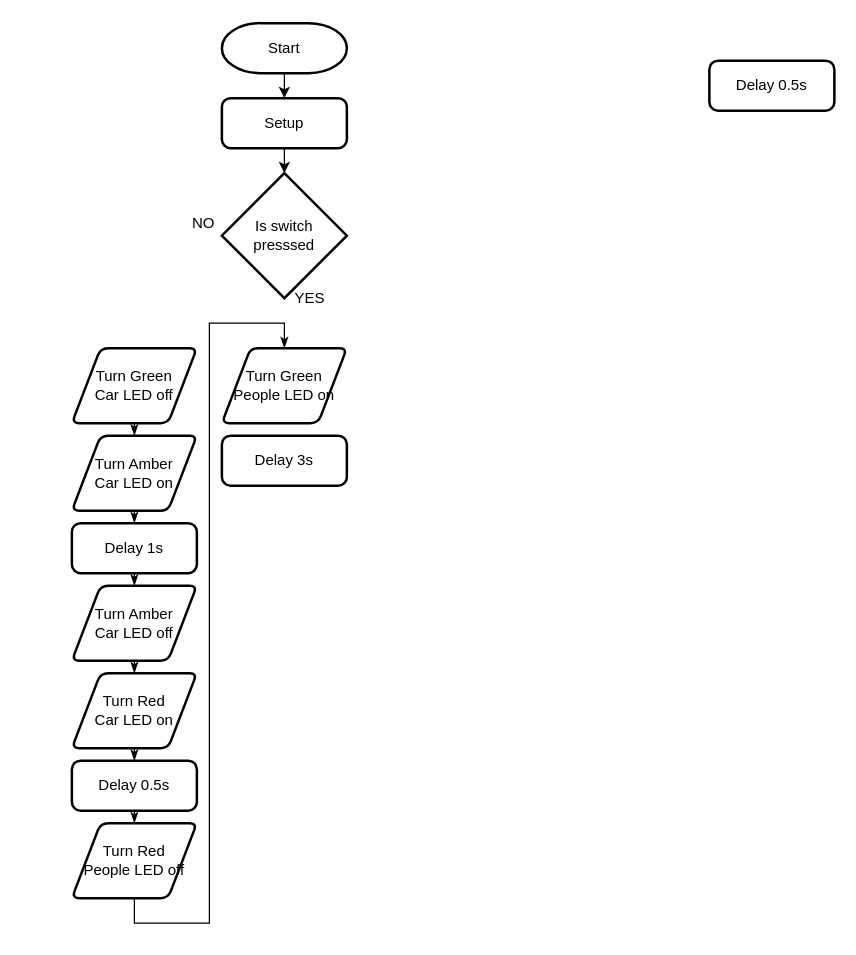
MiloRC0037857/FlowCharts keeps this draw.io diagram as micro.drawio. Above is the earlier version. Source tidied: cells renumbered, new cells numbered last; positions are measured from the earlier drawing's top-left corner, leaving out a move shared by most shapes. Both pictures are drawn from the tidied source at 125%, with x=0, y=0 at pixel (71, 22).
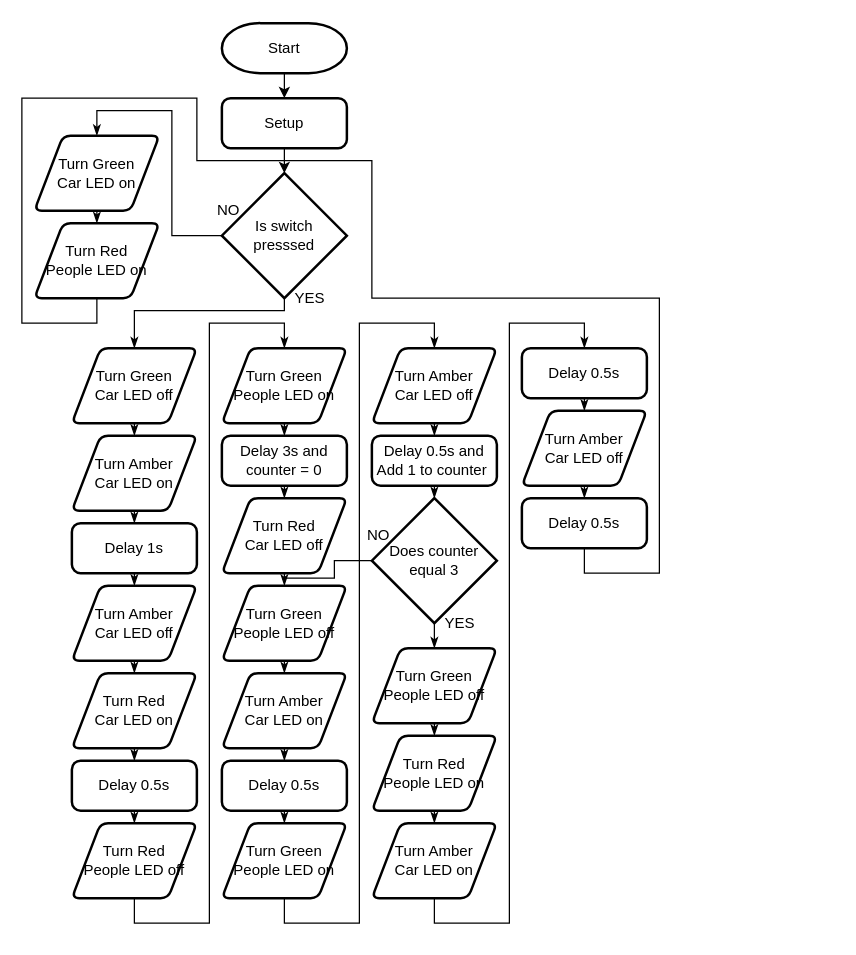
After the change.

Unchanged cells that the change refers to:
```xml
<mxCell id="6" value="Is switch presssed" style="strokeWidth=2;html=1;shape=mxgraph.flowchart.decision;whiteSpace=wrap;" parent="1" vertex="1">
  <mxGeometry x="120" y="120" width="100" height="100" as="geometry" />
</mxCell>
<mxCell id="8" value="Turn Green&lt;br&gt;Car LED off" style="shape=parallelogram;html=1;strokeWidth=2;perimeter=parallelogramPerimeter;whiteSpace=wrap;rounded=1;arcSize=12;size=0.23;" parent="1" vertex="1">
  <mxGeometry y="260" width="100" height="60" as="geometry" />
</mxCell>
<mxCell id="24" value="Turn Green&lt;br&gt;People LED on" style="shape=parallelogram;html=1;strokeWidth=2;perimeter=parallelogramPerimeter;whiteSpace=wrap;rounded=1;arcSize=12;size=0.23;" parent="1" vertex="1">
  <mxGeometry x="120" y="260" width="100" height="60" as="geometry" />
</mxCell>
```

Change to the diagram source:
```diff
@@
+    <mxCell id="26" style="edgeStyle=orthogonalEdgeStyle;rounded=0;jettySize=auto;html=1;exitX=0;exitY=0.5;exitDx=0;exitDy=0;exitPerimeter=0;entryX=0.5;entryY=0;entryDx=0;entryDy=0;startArrow=none;startFill=0;endArrow=classicThin;endFill=1;" parent="1" edge="1" source="6" target="60">
+      <mxGeometry relative="1" as="geometry">
+        <Array as="points">
+          <mxPoint x="80" y="170" />
+          <mxPoint x="80" y="70" />
+          <mxPoint x="20" y="70" />
+        </Array>
+      </mxGeometry>
+    </mxCell>
@@
+    <mxCell id="27" style="edgeStyle=orthogonalEdgeStyle;rounded=0;jettySize=auto;html=1;exitX=0.5;exitY=0;exitDx=0;exitDy=0;entryX=0.5;entryY=1;entryDx=0;entryDy=0;entryPerimeter=0;endArrow=none;endFill=0;startArrow=classicThin;startFill=1;" parent="1" edge="1" source="8" target="6">
+      <mxGeometry relative="1" as="geometry">
+        <Array as="points">
+          <mxPoint x="50" y="230" />
+          <mxPoint x="170" y="230" />
+        </Array>
+      </mxGeometry>
+    </mxCell>
@@
     <mxCell id="10" value="NO" style="text;html=1;align=center;verticalAlign=middle;" parent="1" vertex="1">
-      <mxGeometry x="90" y="150" width="30" height="20" as="geometry" />
+      <mxGeometry x="110" y="140" width="30" height="20" as="geometry" />
     </mxCell>
-    <mxCell id="11" value="Delay 0.5s" style="rounded=1;whiteSpace=wrap;html=1;absoluteArcSize=1;arcSize=14;strokeWidth=2;" parent="1" vertex="1">
-      <mxGeometry x="510" y="30" width="100" height="40" as="geometry" />
-    </mxCell>
@@
+    <mxCell id="28" style="edgeStyle=orthogonalEdgeStyle;rounded=0;jettySize=auto;html=1;exitX=0.5;exitY=1;exitDx=0;exitDy=0;entryX=0.5;entryY=0;entryDx=0;entryDy=0;endArrow=classicThin;endFill=1;" parent="1" edge="1" source="24" target="25">
+      <mxGeometry relative="1" as="geometry" />
+    </mxCell>
@@
+    <mxCell id="29" style="edgeStyle=orthogonalEdgeStyle;rounded=0;jettySize=auto;html=1;exitX=0.5;exitY=1;exitDx=0;exitDy=0;entryX=0.5;entryY=0;entryDx=0;entryDy=0;endArrow=classicThin;endFill=1;" parent="1" edge="1" source="25" target="42">
+      <mxGeometry relative="1" as="geometry" />
+    </mxCell>
-    <mxCell id="25" value="Delay 3s" style="rounded=1;whiteSpace=wrap;html=1;absoluteArcSize=1;arcSize=14;strokeWidth=2;" parent="1" vertex="1">
+    <mxCell id="25" value="Delay 3s and counter = 0" style="rounded=1;whiteSpace=wrap;html=1;absoluteArcSize=1;arcSize=14;strokeWidth=2;" parent="1" vertex="1">
       <mxGeometry x="120" y="330" width="100" height="40" as="geometry" />
     </mxCell>
+    <mxCell id="30" style="edgeStyle=orthogonalEdgeStyle;rounded=0;jettySize=auto;html=1;exitX=0.5;exitY=1;exitDx=0;exitDy=0;entryX=0.5;entryY=0;entryDx=0;entryDy=0;endArrow=classicThin;endFill=1;" parent="1" edge="1" source="31" target="44">
+      <mxGeometry relative="1" as="geometry" />
+    </mxCell>
+    <mxCell id="31" value="Turn Green&lt;br&gt;People LED off" style="shape=parallelogram;html=1;strokeWidth=2;perimeter=parallelogramPerimeter;whiteSpace=wrap;rounded=1;arcSize=12;size=0.23;" parent="1" vertex="1">
+      <mxGeometry x="120" y="450" width="100" height="60" as="geometry" />
+    </mxCell>
+    <mxCell id="32" style="edgeStyle=orthogonalEdgeStyle;rounded=0;jettySize=auto;html=1;exitX=0.5;exitY=1;exitDx=0;exitDy=0;entryX=0.5;entryY=0;entryDx=0;entryDy=0;endArrow=classicThin;endFill=1;" parent="1" edge="1" source="33" target="46">
+      <mxGeometry relative="1" as="geometry">
+        <Array as="points">
+          <mxPoint x="170" y="720" />
+          <mxPoint x="230" y="720" />
+          <mxPoint x="230" y="240" />
+          <mxPoint x="290" y="240" />
+        </Array>
+      </mxGeometry>
+    </mxCell>
+    <mxCell id="33" value="Turn Green&lt;br&gt;People LED on" style="shape=parallelogram;html=1;strokeWidth=2;perimeter=parallelogramPerimeter;whiteSpace=wrap;rounded=1;arcSize=12;size=0.23;" parent="1" vertex="1">
+      <mxGeometry x="120" y="640" width="100" height="60" as="geometry" />
+    </mxCell>
+    <mxCell id="34" style="edgeStyle=orthogonalEdgeStyle;rounded=0;jettySize=auto;html=1;exitX=0.5;exitY=1;exitDx=0;exitDy=0;entryX=0.5;entryY=0;entryDx=0;entryDy=0;endArrow=classicThin;endFill=1;" parent="1" edge="1" source="35" target="33">
+      <mxGeometry relative="1" as="geometry" />
+    </mxCell>
+    <mxCell id="35" value="Delay 0.5s" style="rounded=1;whiteSpace=wrap;html=1;absoluteArcSize=1;arcSize=14;strokeWidth=2;" parent="1" vertex="1">
+      <mxGeometry x="120" y="590" width="100" height="40" as="geometry" />
+    </mxCell>
+    <mxCell id="36" style="edgeStyle=orthogonalEdgeStyle;rounded=0;jettySize=auto;html=1;exitX=0.5;exitY=1;exitDx=0;exitDy=0;entryX=0.5;entryY=0;entryDx=0;entryDy=0;entryPerimeter=0;endArrow=classicThin;endFill=1;" parent="1" edge="1" source="37" target="40">
+      <mxGeometry relative="1" as="geometry" />
+    </mxCell>
+    <mxCell id="37" value="Delay 0.5s and Add 1 to counter&amp;nbsp;" style="rounded=1;whiteSpace=wrap;html=1;absoluteArcSize=1;arcSize=14;strokeWidth=2;" parent="1" vertex="1">
+      <mxGeometry x="240" y="330" width="100" height="40" as="geometry" />
+    </mxCell>
+    <mxCell id="38" style="edgeStyle=orthogonalEdgeStyle;rounded=0;jettySize=auto;html=1;exitX=0;exitY=0.5;exitDx=0;exitDy=0;exitPerimeter=0;endArrow=none;endFill=0;" parent="1" edge="1" source="40">
+      <mxGeometry relative="1" as="geometry">
+        <mxPoint x="170" y="444" as="targetPoint" />
+        <Array as="points">
+          <mxPoint x="210" y="430" />
+          <mxPoint x="210" y="444" />
+        </Array>
+      </mxGeometry>
+    </mxCell>
+    <mxCell id="39" style="edgeStyle=orthogonalEdgeStyle;rounded=0;jettySize=auto;html=1;exitX=0.5;exitY=1;exitDx=0;exitDy=0;exitPerimeter=0;endArrow=classicThin;endFill=1;entryX=0.5;entryY=0;entryDx=0;entryDy=0;" parent="1" edge="1" source="40" target="64">
+      <mxGeometry relative="1" as="geometry" />
+    </mxCell>
+    <mxCell id="40" value="Does counter equal 3" style="strokeWidth=2;html=1;shape=mxgraph.flowchart.decision;whiteSpace=wrap;" parent="1" vertex="1">
+      <mxGeometry x="240" y="380" width="100" height="100" as="geometry" />
+    </mxCell>
+    <mxCell id="41" style="edgeStyle=orthogonalEdgeStyle;rounded=0;jettySize=auto;html=1;exitX=0.5;exitY=1;exitDx=0;exitDy=0;entryX=0.5;entryY=0;entryDx=0;entryDy=0;endArrow=classicThin;endFill=1;" parent="1" edge="1" source="42" target="31">
+      <mxGeometry relative="1" as="geometry" />
+    </mxCell>
+    <mxCell id="42" value="Turn Red&lt;br&gt;Car LED off" style="shape=parallelogram;html=1;strokeWidth=2;perimeter=parallelogramPerimeter;whiteSpace=wrap;rounded=1;arcSize=12;size=0.23;" parent="1" vertex="1">
+      <mxGeometry x="120" y="380" width="100" height="60" as="geometry" />
+    </mxCell>
+    <mxCell id="43" style="edgeStyle=orthogonalEdgeStyle;rounded=0;jettySize=auto;html=1;exitX=0.5;exitY=1;exitDx=0;exitDy=0;entryX=0.5;entryY=0;entryDx=0;entryDy=0;endArrow=classicThin;endFill=1;" parent="1" edge="1" source="44" target="35">
+      <mxGeometry relative="1" as="geometry" />
+    </mxCell>
+    <mxCell id="44" value="Turn Amber&lt;br&gt;Car LED on" style="shape=parallelogram;html=1;strokeWidth=2;perimeter=parallelogramPerimeter;whiteSpace=wrap;rounded=1;arcSize=12;size=0.23;" parent="1" vertex="1">
+      <mxGeometry x="120" y="520" width="100" height="60" as="geometry" />
+    </mxCell>
+    <mxCell id="45" style="edgeStyle=orthogonalEdgeStyle;rounded=0;jettySize=auto;html=1;exitX=0.5;exitY=1;exitDx=0;exitDy=0;entryX=0.5;entryY=0;entryDx=0;entryDy=0;endArrow=classicThin;endFill=1;" parent="1" edge="1" source="46" target="37">
+      <mxGeometry relative="1" as="geometry" />
+    </mxCell>
+    <mxCell id="46" value="Turn Amber&lt;br&gt;Car LED off" style="shape=parallelogram;html=1;strokeWidth=2;perimeter=parallelogramPerimeter;whiteSpace=wrap;rounded=1;arcSize=12;size=0.23;" parent="1" vertex="1">
+      <mxGeometry x="240" y="260" width="100" height="60" as="geometry" />
+    </mxCell>
+    <mxCell id="47" value="YES" style="text;html=1;align=center;verticalAlign=middle;" parent="1" vertex="1">
+      <mxGeometry x="290" y="470" width="40" height="20" as="geometry" />
+    </mxCell>
+    <mxCell id="48" value="NO" style="text;html=1;align=center;verticalAlign=middle;" parent="1" vertex="1">
+      <mxGeometry x="230" y="400" width="30" height="20" as="geometry" />
+    </mxCell>
+    <mxCell id="49" value="Turn Amber&lt;br&gt;Car LED on" style="shape=parallelogram;html=1;strokeWidth=2;perimeter=parallelogramPerimeter;whiteSpace=wrap;rounded=1;arcSize=12;size=0.23;" parent="1" vertex="1">
+      <mxGeometry x="240" y="640" width="100" height="60" as="geometry" />
+    </mxCell>
+    <mxCell id="50" style="edgeStyle=orthogonalEdgeStyle;rounded=0;jettySize=auto;html=1;endArrow=classicThin;endFill=1;exitX=0.5;exitY=1;exitDx=0;exitDy=0;" parent="1" edge="1" source="49">
+      <mxGeometry relative="1" as="geometry">
+        <mxPoint x="410" y="260" as="targetPoint" />
+        <Array as="points">
+          <mxPoint x="290" y="720" />
+          <mxPoint x="350" y="720" />
+          <mxPoint x="350" y="240" />
+          <mxPoint x="410" y="240" />
+        </Array>
+      </mxGeometry>
+    </mxCell>
+    <mxCell id="51" style="edgeStyle=orthogonalEdgeStyle;rounded=0;jettySize=auto;html=1;exitX=0.5;exitY=1;exitDx=0;exitDy=0;entryX=0.5;entryY=0;entryDx=0;entryDy=0;startArrow=none;startFill=0;endArrow=classicThin;endFill=1;" parent="1" edge="1" source="52" target="54">
+      <mxGeometry relative="1" as="geometry" />
+    </mxCell>
+    <mxCell id="52" value="Delay 0.5s" style="rounded=1;whiteSpace=wrap;html=1;absoluteArcSize=1;arcSize=14;strokeWidth=2;" parent="1" vertex="1">
+      <mxGeometry x="360" y="260" width="100" height="40" as="geometry" />
+    </mxCell>
+    <mxCell id="53" style="edgeStyle=orthogonalEdgeStyle;rounded=0;jettySize=auto;html=1;exitX=0.5;exitY=1;exitDx=0;exitDy=0;entryX=0.5;entryY=0;entryDx=0;entryDy=0;endArrow=classicThin;endFill=1;" parent="1" edge="1" source="54" target="56">
+      <mxGeometry relative="1" as="geometry" />
+    </mxCell>
+    <mxCell id="54" value="Turn Amber&lt;br&gt;Car LED off" style="shape=parallelogram;html=1;strokeWidth=2;perimeter=parallelogramPerimeter;whiteSpace=wrap;rounded=1;arcSize=12;size=0.23;" parent="1" vertex="1">
+      <mxGeometry x="360" y="310" width="100" height="60" as="geometry" />
+    </mxCell>
+    <mxCell id="55" style="edgeStyle=orthogonalEdgeStyle;rounded=0;jettySize=auto;html=1;exitX=0.5;exitY=1;exitDx=0;exitDy=0;endArrow=none;endFill=0;" parent="1" edge="1" source="56">
+      <mxGeometry relative="1" as="geometry">
+        <mxPoint x="170" y="110" as="targetPoint" />
+        <Array as="points">
+          <mxPoint x="410" y="440" />
+          <mxPoint x="470" y="440" />
+          <mxPoint x="470" y="220" />
+          <mxPoint x="240" y="220" />
+          <mxPoint x="240" y="110" />
+        </Array>
+      </mxGeometry>
+    </mxCell>
+    <mxCell id="56" value="Delay 0.5s" style="rounded=1;whiteSpace=wrap;html=1;absoluteArcSize=1;arcSize=14;strokeWidth=2;" parent="1" vertex="1">
+      <mxGeometry x="360" y="380" width="100" height="40" as="geometry" />
+    </mxCell>
+    <mxCell id="57" style="edgeStyle=orthogonalEdgeStyle;rounded=0;jettySize=auto;html=1;exitX=0.5;exitY=1;exitDx=0;exitDy=0;entryX=0.5;entryY=0;entryDx=0;entryDy=0;endArrow=classicThin;endFill=1;" parent="1" edge="1" source="58" target="49">
+      <mxGeometry relative="1" as="geometry" />
+    </mxCell>
+    <mxCell id="58" value="Turn Red&lt;br&gt;People LED on" style="shape=parallelogram;html=1;strokeWidth=2;perimeter=parallelogramPerimeter;whiteSpace=wrap;rounded=1;arcSize=12;size=0.23;" parent="1" vertex="1">
+      <mxGeometry x="240" y="570" width="100" height="60" as="geometry" />
+    </mxCell>
+    <mxCell id="59" style="edgeStyle=orthogonalEdgeStyle;rounded=0;jettySize=auto;html=1;exitX=0.5;exitY=1;exitDx=0;exitDy=0;entryX=0.5;entryY=0;entryDx=0;entryDy=0;startArrow=none;startFill=0;endArrow=classicThin;endFill=1;" parent="1" edge="1" source="60" target="62">
+      <mxGeometry relative="1" as="geometry" />
+    </mxCell>
+    <mxCell id="60" value="Turn Green&lt;br&gt;Car LED on" style="shape=parallelogram;html=1;strokeWidth=2;perimeter=parallelogramPerimeter;whiteSpace=wrap;rounded=1;arcSize=12;size=0.23;" parent="1" vertex="1">
+      <mxGeometry x="-30" y="90" width="100" height="60" as="geometry" />
+    </mxCell>
+    <mxCell id="61" style="edgeStyle=orthogonalEdgeStyle;rounded=0;jettySize=auto;html=1;exitX=0.5;exitY=1;exitDx=0;exitDy=0;startArrow=none;startFill=0;endArrow=none;endFill=0;" parent="1" edge="1" source="62">
+      <mxGeometry relative="1" as="geometry">
+        <mxPoint x="170" y="110" as="targetPoint" />
+        <Array as="points">
+          <mxPoint x="20" y="240" />
+          <mxPoint x="-40" y="240" />
+          <mxPoint x="-40" y="60" />
+          <mxPoint x="100" y="60" />
+          <mxPoint x="100" y="110" />
+        </Array>
+      </mxGeometry>
+    </mxCell>
+    <mxCell id="62" value="Turn Red&lt;br&gt;People LED on" style="shape=parallelogram;html=1;strokeWidth=2;perimeter=parallelogramPerimeter;whiteSpace=wrap;rounded=1;arcSize=12;size=0.23;" parent="1" vertex="1">
+      <mxGeometry x="-30" y="160" width="100" height="60" as="geometry" />
+    </mxCell>
+    <mxCell id="63" style="edgeStyle=orthogonalEdgeStyle;rounded=0;jettySize=auto;html=1;exitX=0.5;exitY=1;exitDx=0;exitDy=0;entryX=0.5;entryY=0;entryDx=0;entryDy=0;startArrow=none;startFill=0;endArrow=classicThin;endFill=1;" parent="1" edge="1" source="64" target="58">
+      <mxGeometry relative="1" as="geometry" />
+    </mxCell>
+    <mxCell id="64" value="Turn Green&lt;br&gt;People LED off" style="shape=parallelogram;html=1;strokeWidth=2;perimeter=parallelogramPerimeter;whiteSpace=wrap;rounded=1;arcSize=12;size=0.23;" parent="1" vertex="1">
+      <mxGeometry x="240" y="500" width="100" height="60" as="geometry" />
+    </mxCell>
```
